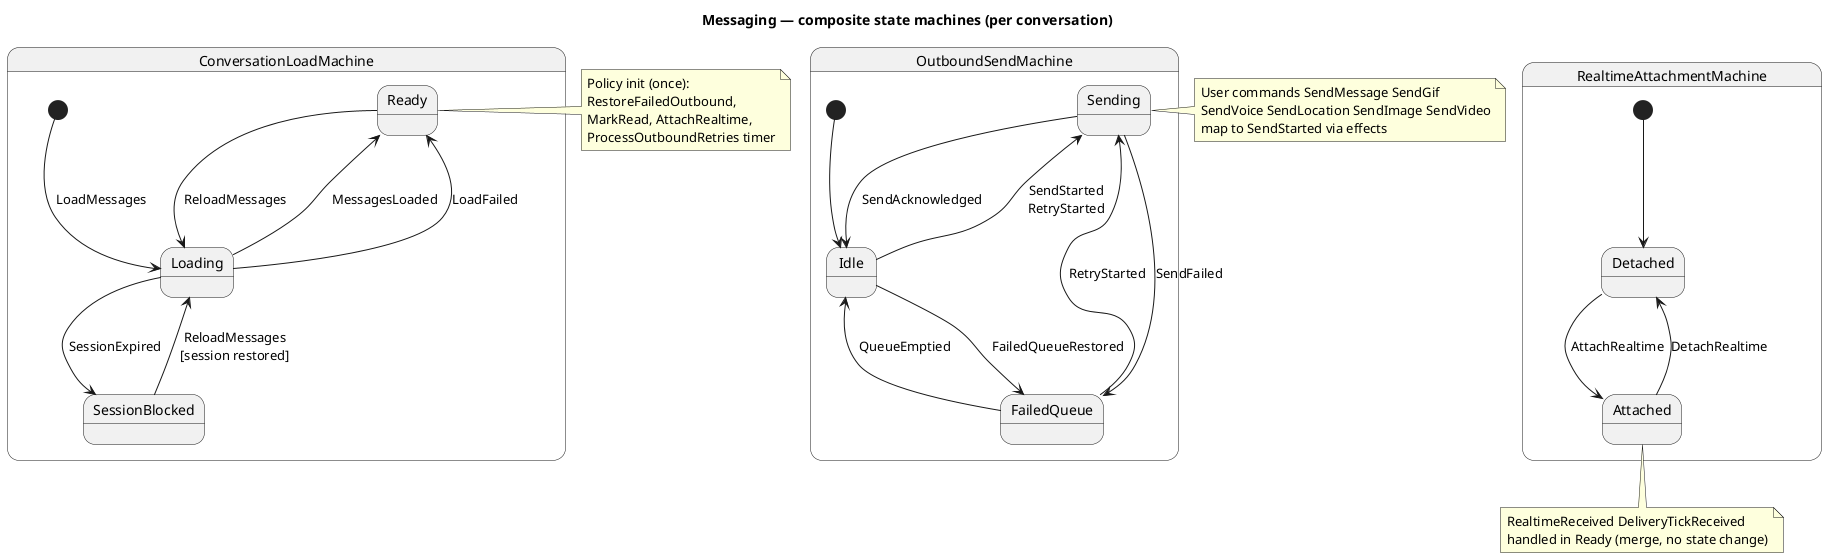
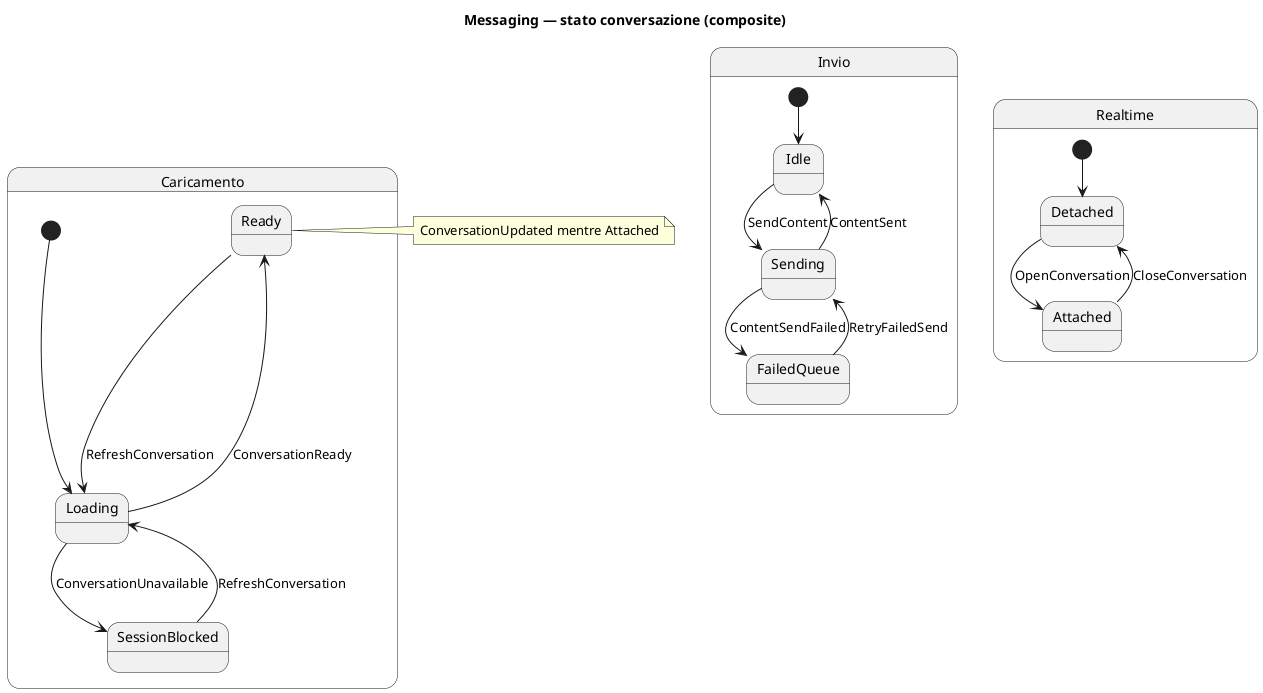
@startuml messaging-state
' Context: messaging
- ' SDD: PROM-OUTBOUND-SEND, PROM-MESSAGE-STATUS, PROM-REALTIME-OWNER
+ ' Profile: client
' Revision: 2026-07-19
- ' Composite: ConversationLoadMachine + OutboundSendMachine + RealtimeAttachmentMachine

- title Messaging — composite state machines (per conversation)
+ title Messaging — stato conversazione (composite)

- state "ConversationLoadMachine" as CL {
+ state "Caricamento" as CL {
  state Loading
  state Ready
  state SessionBlocked

-   [*] --> Loading : LoadMessages
-   Loading --> Ready : MessagesLoaded
-   Loading --> SessionBlocked : SessionExpired
-   Loading --> Ready : LoadFailed
-   Ready --> Loading : ReloadMessages
-   SessionBlocked --> Loading : ReloadMessages\n[session restored]
+   [*] --> Loading
+   Loading --> Ready : ConversationReady
+   Loading --> SessionBlocked : ConversationUnavailable
+   Ready --> Loading : RefreshConversation
+   SessionBlocked --> Loading : RefreshConversation
}

- state "OutboundSendMachine" as OS {
+ state "Invio" as OS {
  state Idle
  state Sending
  state FailedQueue

  [*] --> Idle
-   Idle --> Sending : SendStarted\nRetryStarted
-   Sending --> Idle : SendAcknowledged
-   Sending --> FailedQueue : SendFailed
-   FailedQueue --> Sending : RetryStarted
-   FailedQueue --> Idle : QueueEmptied
-   Idle --> FailedQueue : FailedQueueRestored
+   Idle --> Sending : SendContent
+   Sending --> Idle : ContentSent
+   Sending --> FailedQueue : ContentSendFailed
+   FailedQueue --> Sending : RetryFailedSend
}

- state "RealtimeAttachmentMachine" as RT {
+ state "Realtime" as RT {
  state Detached
  state Attached

  [*] --> Detached
-   Detached --> Attached : AttachRealtime
-   Attached --> Detached : DetachRealtime
+   Detached --> Attached : OpenConversation
+   Attached --> Detached : CloseConversation
}

note right of Ready
-   Policy init (once):
-   RestoreFailedOutbound,
-   MarkRead, AttachRealtime,
-   ProcessOutboundRetries timer
- end note
- 
- note right of Sending
-   User commands SendMessage SendGif
-   SendVoice SendLocation SendImage SendVideo
-   map to SendStarted via effects
- end note
- 
- note bottom of Attached
-   RealtimeReceived DeliveryTickReceived
-   handled in Ready (merge, no state change)
+   ConversationUpdated mentre Attached
end note

@enduml
